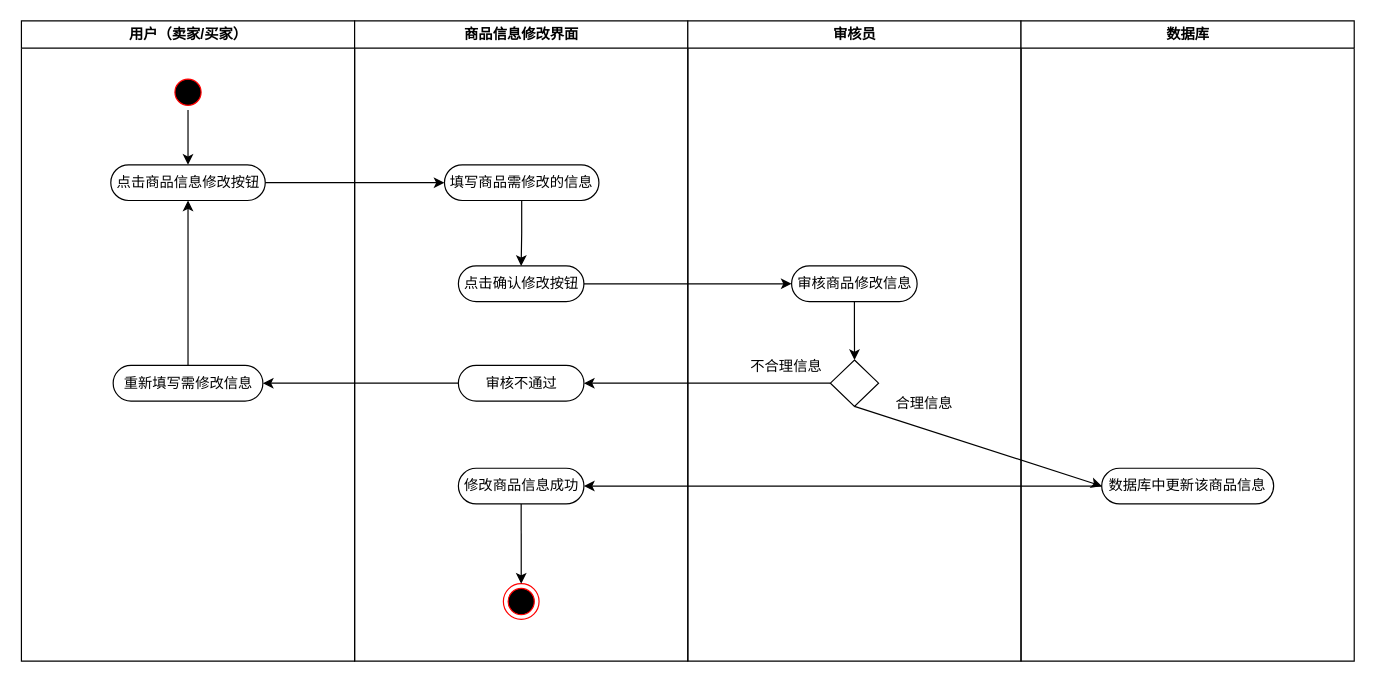
Before: 商品查询活动图.drawio in 200928/image, a draw.io diagram. Source tidied: cells renumbered, new cells numbered last; positions are measured from the earlier drawing's top-left corner, leaving out a move shared by most shapes. Both pictures are drawn from the tidied source at 119%, with x=0, y=0 at pixel (20, 20).
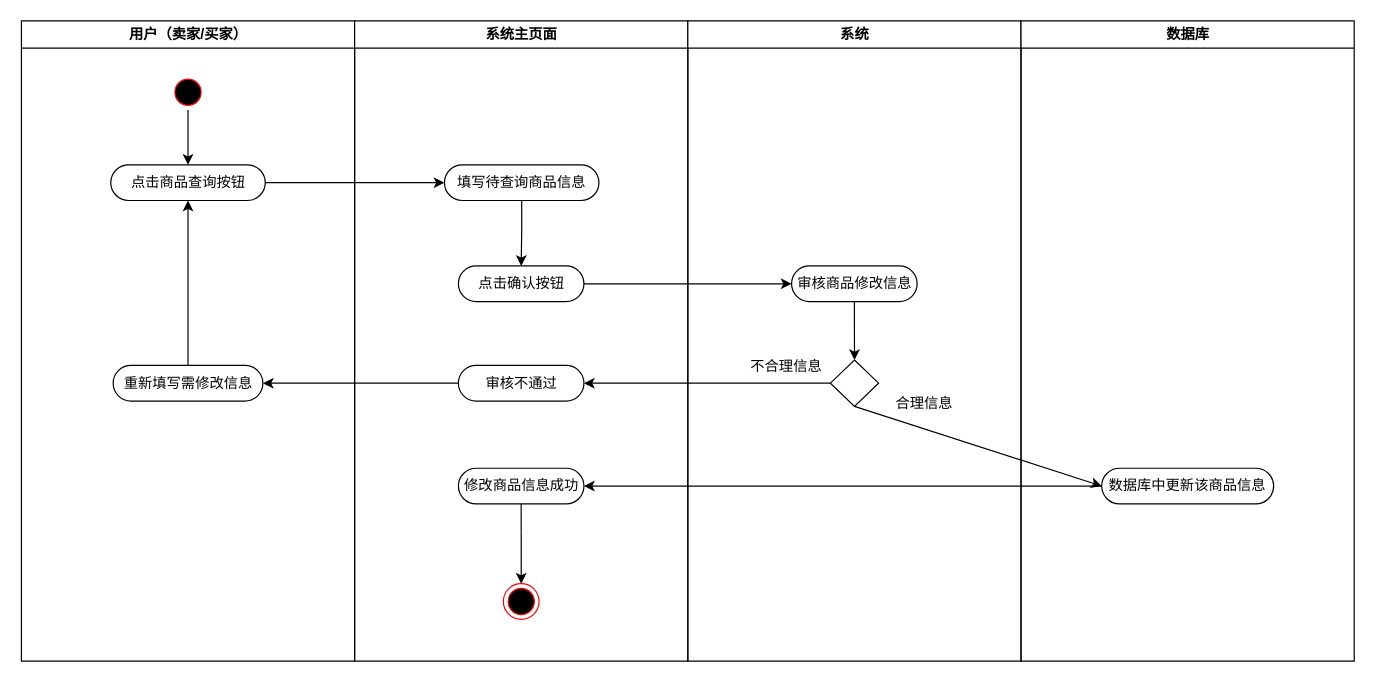
After the change.

Commit message (it also covers changes not shown here):
更新商品查询活动图.drawio

Unchanged cells that the change refers to:
```xml
<mxCell id="2" value="用户（卖家/买家）" style="swimlane;whiteSpace=wrap;" parent="1" vertex="1">
  <mxGeometry x="0.5" width="280" height="538" as="geometry" />
</mxCell>
```

Diff of the diagram source:
```diff
@@
-    <mxCell id="5" value="点击商品信息修改按钮" style="rounded=1;whiteSpace=wrap;html=1;arcSize=50;" parent="2" vertex="1">
+    <mxCell id="5" value="点击商品查询按钮" style="rounded=1;whiteSpace=wrap;html=1;arcSize=50;" parent="2" vertex="1">
       <mxGeometry x="75.1" y="121" width="129.8" height="30" as="geometry" />
     </mxCell>
@@
-    <mxCell id="8" value="商品信息修改界面" style="swimlane;whiteSpace=wrap;" parent="1" vertex="1">
+    <mxCell id="8" value="系统主页面" style="swimlane;whiteSpace=wrap;" parent="1" vertex="1">
       <mxGeometry x="280.5" width="280" height="538" as="geometry" />
     </mxCell>
@@
-    <mxCell id="10" value="填写商品需修改的信息" style="rounded=1;whiteSpace=wrap;html=1;arcSize=50;" parent="8" vertex="1">
+    <mxCell id="10" value="填写待查询商品信息" style="rounded=1;whiteSpace=wrap;html=1;arcSize=50;" parent="8" vertex="1">
       <mxGeometry x="75.5" y="121" width="129.8" height="30" as="geometry" />
     </mxCell>
-    <mxCell id="11" value="点击确认修改按钮" style="rounded=1;whiteSpace=wrap;html=1;arcSize=50;" parent="8" vertex="1">
+    <mxCell id="11" value="点击确认按钮" style="rounded=1;whiteSpace=wrap;html=1;arcSize=50;" parent="8" vertex="1">
       <mxGeometry x="87.2" y="206" width="105.5" height="30" as="geometry" />
     </mxCell>
@@
-    <mxCell id="16" value="审核员" style="swimlane;whiteSpace=wrap;" parent="1" vertex="1">
+    <mxCell id="16" value="系统" style="swimlane;whiteSpace=wrap;" parent="1" vertex="1">
       <mxGeometry x="560.5" width="280" height="538" as="geometry" />
     </mxCell>
```
